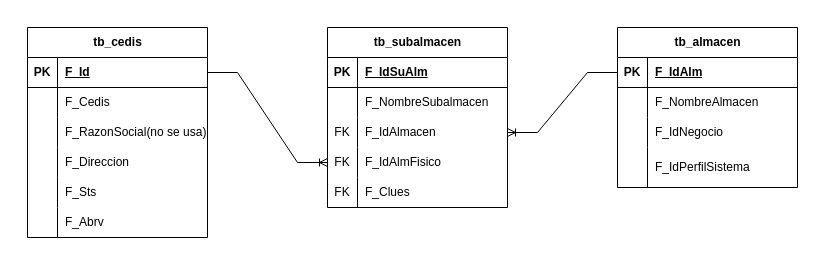
The draw.io diagram SubalmacenAlmacenCedisRelacion.drawio in ErnestoDanielTafoyaMolinaCYM/clases-cat-cym, before the edit. Source tidied: cells renumbered, new cells numbered last; positions are measured from the earlier drawing's top-left corner, leaving out a move shared by most shapes. Both pictures are drawn from the tidied source at 100%, with x=0, y=0 at pixel (27, 27).
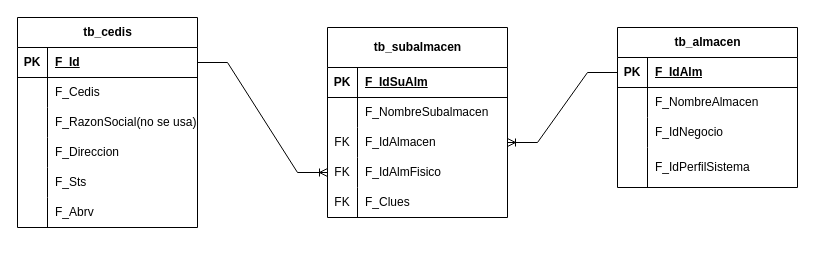
After the change.

Diff of the diagram source:
```diff
@@
-    <mxCell id="2" value="tb_subalmacen" style="shape=table;startSize=30;childLayout=tableLayout;rowLines=0;fontStyle=1;align=center;html=1;" parent="1" vertex="1">
-      <mxGeometry x="300" width="180" height="180" as="geometry" />
+    <mxCell id="2" value="tb_subalmacen" style="shape=table;startSize=40;childLayout=tableLayout;rowLines=0;fontStyle=1;align=center;html=1;" parent="1" vertex="1">
+      <mxGeometry x="300" width="180" height="190" as="geometry" />
     </mxCell>
     <mxCell id="3" style="shape=tableRow;horizontal=0;startSize=0;swimlaneHead=0;swimlaneBody=0;fillColor=none;top=0;left=0;right=0;bottom=1;" parent="2" vertex="1">
-      <mxGeometry y="30" width="180" height="30" as="geometry" />
+      <mxGeometry y="40" width="180" height="30" as="geometry" />
     </mxCell>
@@
     <mxCell id="6" style="shape=tableRow;horizontal=0;startSize=0;swimlaneHead=0;swimlaneBody=0;fillColor=none;top=0;left=0;right=0;bottom=0;" parent="2" vertex="1">
-      <mxGeometry y="60" width="180" height="30" as="geometry" />
+      <mxGeometry y="70" width="180" height="30" as="geometry" />
     </mxCell>
@@
     <mxCell id="9" style="shape=tableRow;horizontal=0;startSize=0;swimlaneHead=0;swimlaneBody=0;fillColor=none;points=[[0,0.5],[1,0.5]];portConstraint=eastwest;top=0;left=0;right=0;bottom=0;" parent="2" vertex="1">
-      <mxGeometry y="90" width="180" height="30" as="geometry" />
+      <mxGeometry y="100" width="180" height="30" as="geometry" />
     </mxCell>
@@
     <mxCell id="12" style="shape=tableRow;horizontal=0;startSize=0;swimlaneHead=0;swimlaneBody=0;fillColor=none;points=[[0,0.5],[1,0.5]];portConstraint=eastwest;top=0;left=0;right=0;bottom=0;" parent="2" vertex="1">
-      <mxGeometry y="120" width="180" height="30" as="geometry" />
+      <mxGeometry y="130" width="180" height="30" as="geometry" />
     </mxCell>
@@
     <mxCell id="15" style="shape=tableRow;horizontal=0;startSize=0;swimlaneHead=0;swimlaneBody=0;fillColor=none;top=0;left=0;right=0;bottom=0;" parent="2" vertex="1">
-      <mxGeometry y="150" width="180" height="30" as="geometry" />
+      <mxGeometry y="160" width="180" height="30" as="geometry" />
     </mxCell>
@@
     <mxCell id="32" value="tb_cedis" style="shape=table;startSize=30;childLayout=tableLayout;rowLines=0;fontStyle=1;align=center;html=1;" parent="1" vertex="1">
-      <mxGeometry width="180" height="210" as="geometry" />
+      <mxGeometry x="-10" y="-10" width="180" height="210" as="geometry" />
     </mxCell>
```
